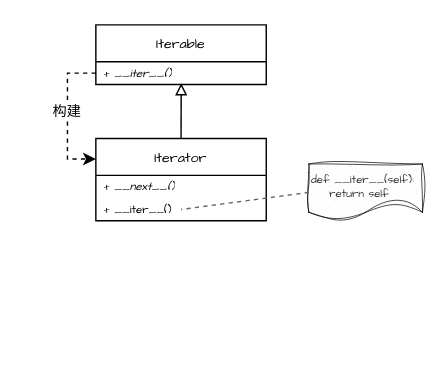
The draw.io diagram Draw_Files/Python.drawio in wangmu0115/WangMu, before the edit. Source tidied: cells renumbered, new cells numbered last; positions are measured from the earlier drawing's top-left corner, leaving out a move shared by most shapes. Both pictures are drawn from the tidied source at 142%, with x=0, y=0 at pixel (24, 24).
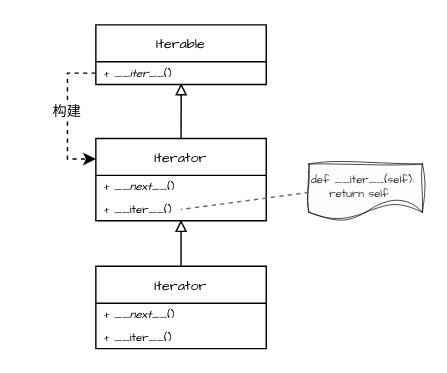
Above is the later version.

Change to the diagram source:
```diff
@@
 <mxGraphModel>
   <root>
     <mxCell id="0" />
     <mxCell id="1" parent="0" />
     <mxCell id="2" value="Iterable" style="swimlane;fontStyle=0;align=center;verticalAlign=middle;horizontal=1;startSize=26;whiteSpace=wrap;html=1;fontFamily=Comic Sans MS;fontSize=10;" parent="1" vertex="1">
       <mxGeometry x="50" width="120" height="42" as="geometry" />
     </mxCell>
-    <mxCell id="3" value="+ &lt;i&gt;__iter__()&lt;/i&gt;" style="text;strokeColor=none;fillColor=none;align=left;verticalAlign=middle;spacingLeft=4;spacingRight=4;overflow=hidden;points=[[0,0.5],[1,0.5]];portConstraint=eastwest;whiteSpace=wrap;html=1;fontFamily=Comic Sans MS;fontSize=8;" parent="2" vertex="1">
+    <mxCell id="3" value="+ &lt;i&gt;__iter__&lt;/i&gt;()" style="text;strokeColor=none;fillColor=none;align=left;verticalAlign=middle;spacingLeft=4;spacingRight=4;overflow=hidden;points=[[0,0.5],[1,0.5]];portConstraint=eastwest;whiteSpace=wrap;html=1;fontFamily=Comic Sans MS;fontSize=8;" parent="2" vertex="1">
       <mxGeometry y="26" width="120" height="16" as="geometry" />
     </mxCell>
     <mxCell id="4" value="Iterator" style="swimlane;fontStyle=0;align=center;verticalAlign=middle;horizontal=1;startSize=26;whiteSpace=wrap;html=1;fontFamily=Comic Sans MS;fontSize=10;" parent="1" vertex="1">
       <mxGeometry x="50" y="80" width="120" height="58" as="geometry" />
     </mxCell>
-    <mxCell id="5" value="+ __&lt;i&gt;next__()&lt;/i&gt;" style="text;strokeColor=none;fillColor=none;align=left;verticalAlign=middle;spacingLeft=4;spacingRight=4;overflow=hidden;whiteSpace=wrap;html=1;fontFamily=Comic Sans MS;fontSize=8;" parent="4" vertex="1">
+    <mxCell id="5" value="+ __&lt;i&gt;next__&lt;/i&gt;()" style="text;strokeColor=none;fillColor=none;align=left;verticalAlign=middle;spacingLeft=4;spacingRight=4;overflow=hidden;whiteSpace=wrap;html=1;fontFamily=Comic Sans MS;fontSize=8;" parent="4" vertex="1">
       <mxGeometry y="26" width="120" height="16" as="geometry" />
     </mxCell>
     <mxCell id="6" value="+ __iter__()" style="text;strokeColor=none;fillColor=none;align=left;verticalAlign=middle;spacingLeft=4;spacingRight=4;overflow=hidden;points=[[0,0.5],[1,0.5]];portConstraint=eastwest;whiteSpace=wrap;html=1;fontFamily=Comic Sans MS;fontSize=8;" parent="4" vertex="1">
       <mxGeometry y="42" width="120" height="16" as="geometry" />
     </mxCell>
     <mxCell id="7" style="rounded=0;jettySize=auto;html=1;exitX=0.5;exitY=0;exitDx=0;exitDy=0;entryX=0.501;entryY=0.946;entryDx=0;entryDy=0;entryPerimeter=0;endArrow=block;endFill=0;" parent="1" edge="1" source="4" target="3">
       <mxGeometry relative="1" as="geometry" />
     </mxCell>
     <mxCell id="8" style="edgeStyle=orthogonalEdgeStyle;rounded=0;jettySize=auto;html=1;exitX=0;exitY=0.5;exitDx=0;exitDy=0;entryX=0;entryY=0.25;entryDx=0;entryDy=0;dashed=1;" parent="1" edge="1" source="3" target="4">
       <mxGeometry relative="1" as="geometry" />
     </mxCell>
     <mxCell id="9" value="def __iter__(self):&lt;div&gt;&amp;nbsp; &amp;nbsp; return self&lt;/div&gt;" style="shape=document;whiteSpace=wrap;html=1;boundedLbl=1;align=left;verticalAlign=top;fontFamily=Comic Sans MS;fontSize=8;fillColor=#f5f5f5;fontColor=#333333;strokeColor=default;sketch=1;curveFitting=1;jiggle=2;strokeWidth=0.5;" parent="1" vertex="1">
       <mxGeometry x="200" y="98" width="80" height="40" as="geometry" />
     </mxCell>
     <mxCell id="10" style="rounded=0;jettySize=auto;html=1;exitX=0;exitY=0.5;exitDx=0;exitDy=0;entryX=0.5;entryY=0.5;entryDx=0;entryDy=0;entryPerimeter=0;dashed=1;endArrow=none;endFill=0;fillColor=#f5f5f5;strokeColor=#666666;" parent="1" edge="1" source="9" target="6">
       <mxGeometry relative="1" as="geometry" />
     </mxCell>
     <mxCell id="11" value="构建" style="text;html=1;align=center;verticalAlign=middle;whiteSpace=wrap;rounded=0;fontFamily=Comic Sans MS;labelBackgroundColor=default;fontSize=10;" parent="1" vertex="1">
-      <mxGeometry y="46" width="60" height="30" as="geometry" />
+      <mxGeometry x="10" y="41" width="40" height="40" as="geometry" />
     </mxCell>
+    <mxCell id="12" value="Iterator" style="swimlane;fontStyle=0;align=center;verticalAlign=middle;horizontal=1;startSize=26;whiteSpace=wrap;html=1;fontFamily=Comic Sans MS;fontSize=10;" parent="1" vertex="1">
+      <mxGeometry x="50" y="170" width="120" height="58" as="geometry" />
+    </mxCell>
+    <mxCell id="13" value="+ __&lt;i&gt;next__&lt;/i&gt;()" style="text;strokeColor=none;fillColor=none;align=left;verticalAlign=middle;spacingLeft=4;spacingRight=4;overflow=hidden;whiteSpace=wrap;html=1;fontFamily=Comic Sans MS;fontSize=8;" parent="12" vertex="1">
+      <mxGeometry y="26" width="120" height="16" as="geometry" />
+    </mxCell>
+    <mxCell id="14" value="+ __iter__()" style="text;strokeColor=none;fillColor=none;align=left;verticalAlign=middle;spacingLeft=4;spacingRight=4;overflow=hidden;whiteSpace=wrap;html=1;fontFamily=Comic Sans MS;fontSize=8;" parent="12" vertex="1">
+      <mxGeometry y="42" width="120" height="16" as="geometry" />
+    </mxCell>
+    <mxCell id="15" style="rounded=0;jettySize=auto;html=1;exitX=0.5;exitY=0;exitDx=0;exitDy=0;entryX=0.5;entryY=0.958;entryDx=0;entryDy=0;entryPerimeter=0;endArrow=block;endFill=0;" parent="1" edge="1" source="12" target="6">
+      <mxGeometry relative="1" as="geometry" />
+    </mxCell>
   </root>
 </mxGraphModel>
```
